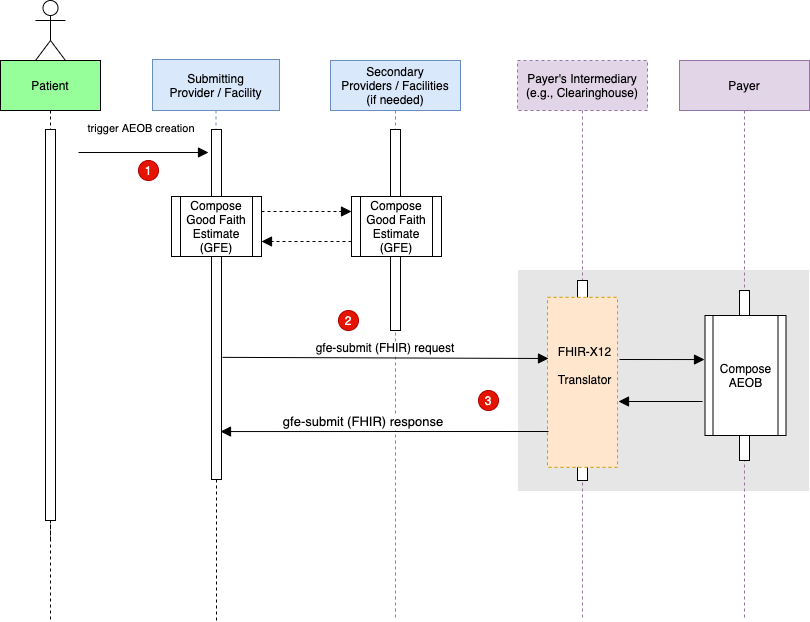
This is input/images/SubmitAEOB.drawio.png from HL7/davinci-pct, a draw.io export, as it was before one commit. Source tidied: cells renumbered, new cells last; positions are measured from the earlier drawing's top-left corner, leaving out a move shared by most shapes.
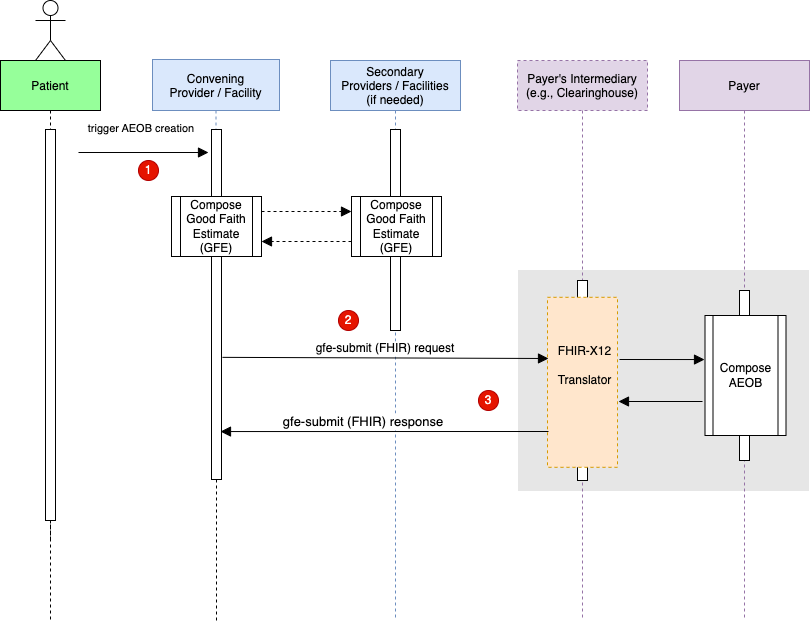
Later version of the same file.

Commit message:
Change submitting provider to convening provider

What changed in the source:
```diff
@@ -8,7 +8,7 @@
     <mxCell id="3" style="points=[];perimeter=orthogonalPerimeter;rounded=0;shadow=0;strokeWidth=1;" parent="2" vertex="1">
       <mxGeometry x="45" y="69" width="10" height="391" as="geometry" />
     </mxCell>
-    <mxCell id="4" value="Submitting&#10;Provider / Facility" style="shape=umlLifeline;perimeter=lifelinePerimeter;rounded=0;shadow=0;strokeWidth=1;fillColor=#dae8fc;size=51;strokeColor=#6c8ebf;" parent="1" vertex="1">
+    <mxCell id="4" value="Convening&#10;Provider / Facility" style="shape=umlLifeline;perimeter=lifelinePerimeter;rounded=0;shadow=0;strokeWidth=1;fillColor=#dae8fc;size=51;strokeColor=#6c8ebf;" parent="1" vertex="1">
       <mxGeometry x="152" y="59" width="127" height="420" as="geometry" />
     </mxCell>
     <mxCell id="5" style="points=[];perimeter=orthogonalPerimeter;rounded=0;shadow=0;strokeWidth=1;" parent="4" vertex="1">
```
